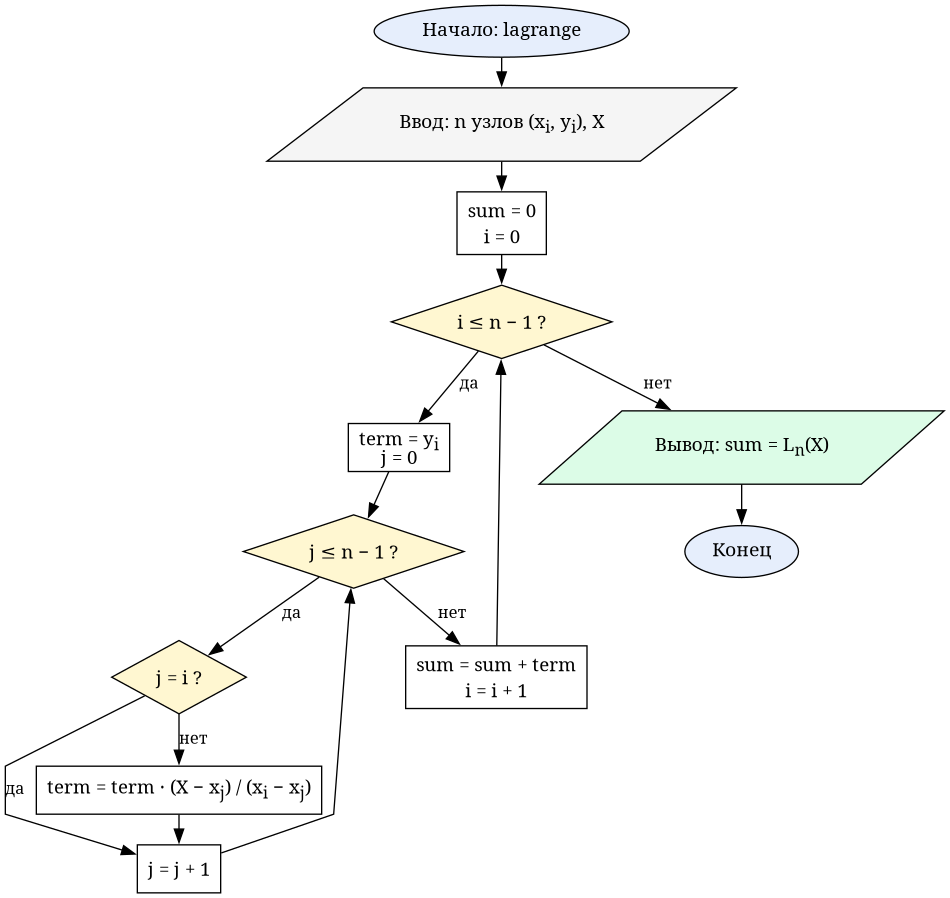
Oriptal/calc-math-lab2 keeps this Graphviz diagram as reports/resources/flowcharts/lab5_lagrange.png. Above is the earlier version. Its source is kept beside it as reports/resources/flowcharts/lab5_lagrange.dot.
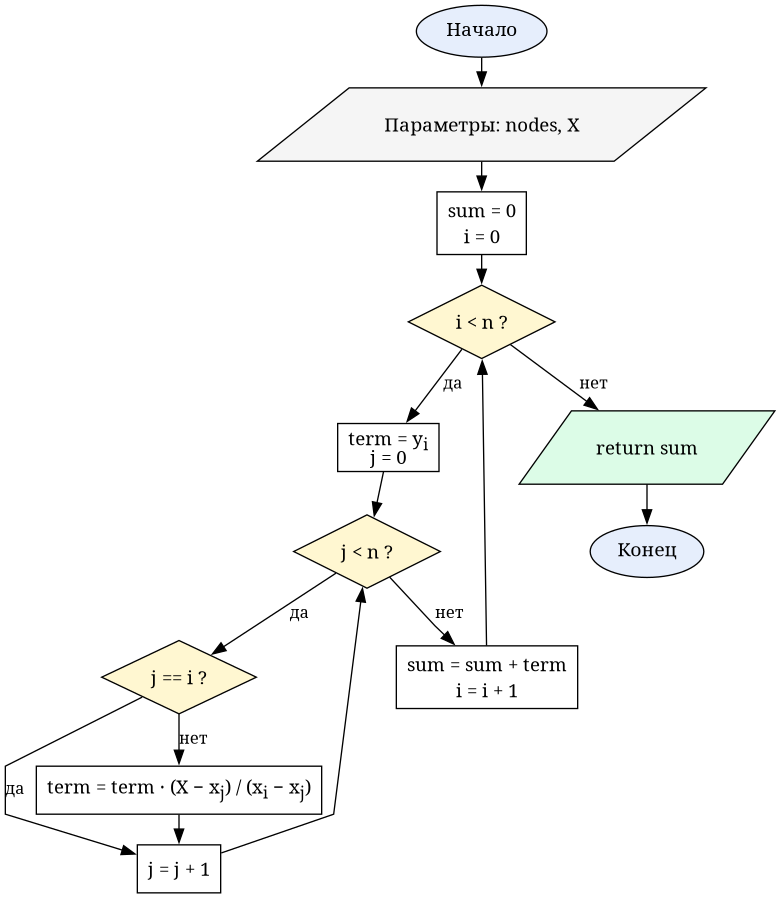
The same file after the commit.

Change to the diagram source:
```diff
@@ -3,17 +3,17 @@
   node  [fontname="CMU Serif", fontsize=14, style="filled", fillcolor="#ffffff", color="#000000"]
   edge  [fontname="CMU Serif", fontsize=12, color="#000000"]
 
-  start  [label="Начало: lagrange", shape=oval, fillcolor="#e6eefc"]
-  input  [label=<Ввод: n узлов (x<SUB>i</SUB>, y<SUB>i</SUB>), X>, shape=parallelogram, fillcolor="#f5f5f5"]
+  start  [label="Начало", shape=oval, fillcolor="#e6eefc"]
+  input  [label=<Параметры: nodes, X>, shape=parallelogram, fillcolor="#f5f5f5"]
   init   [label=<sum = 0<BR/>i = 0>, shape=box]
-  chki   [label=<i ≤ n − 1 ?>, shape=diamond, fillcolor="#fff7d1"]
+  chki   [label=<i &lt; n ?>, shape=diamond, fillcolor="#fff7d1"]
   termi  [label=<term = y<SUB>i</SUB><BR/>j = 0>, shape=box]
-  chkj   [label=<j ≤ n − 1 ?>, shape=diamond, fillcolor="#fff7d1"]
-  chkeq  [label=<j = i ?>, shape=diamond, fillcolor="#fff7d1"]
+  chkj   [label=<j &lt; n ?>, shape=diamond, fillcolor="#fff7d1"]
+  chkeq  [label=<j == i ?>, shape=diamond, fillcolor="#fff7d1"]
   mul    [label=<term = term · (X − x<SUB>j</SUB>) / (x<SUB>i</SUB> − x<SUB>j</SUB>)>, shape=box]
   nextj  [label=<j = j + 1>, shape=box]
   addt   [label=<sum = sum + term<BR/>i = i + 1>, shape=box]
-  output [label=<Вывод: sum = L<SUB>n</SUB>(X)>, shape=parallelogram, fillcolor="#dcfce7"]
+  output [label=<return sum>, shape=parallelogram, fillcolor="#dcfce7"]
   stop   [label="Конец", shape=oval, fillcolor="#e6eefc"]
 
   start -> input -> init -> chki
```
